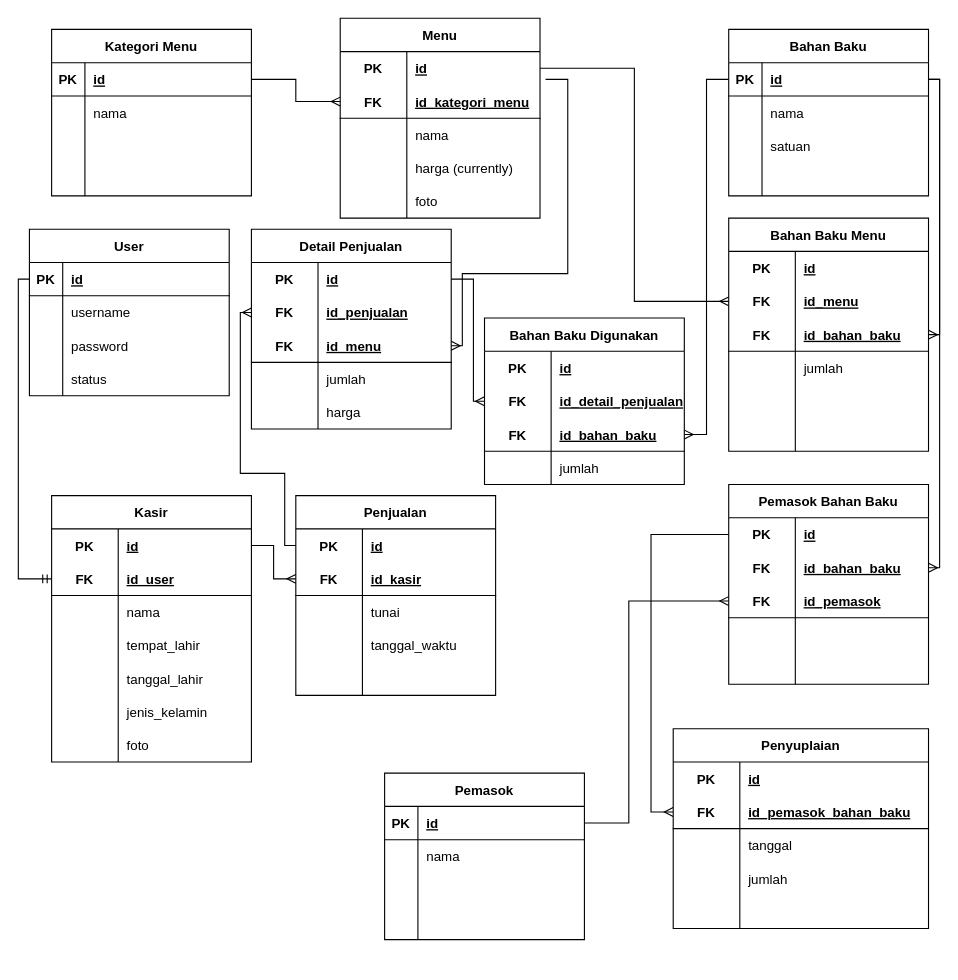
yafizh/Majelis-Kopi-PKL keeps this draw.io diagram as database/Database Schema.drawio. Above is the earlier version. Source tidied: cells renumbered, new cells numbered last; positions are measured from the earlier drawing's top-left corner, leaving out a move shared by most shapes. Both pictures are drawn from the tidied source at 111%, with x=0, y=0 at pixel (18, 18).
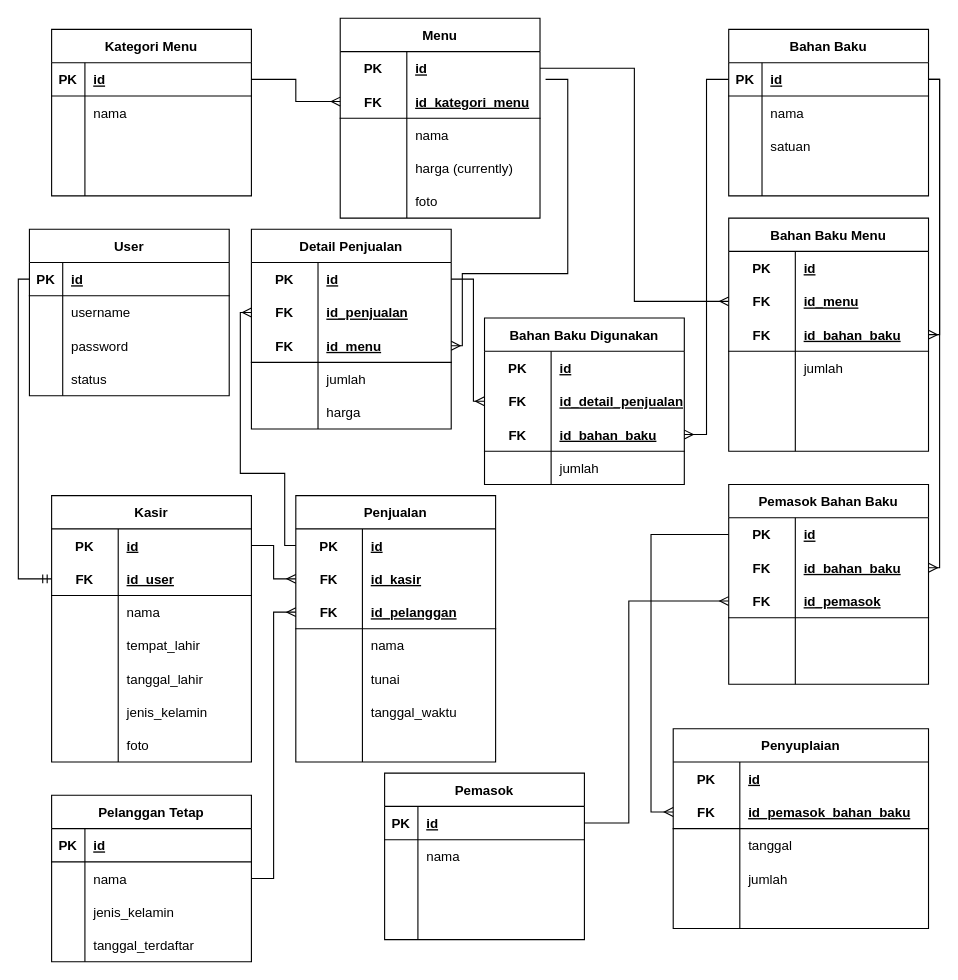
The same diagram, later.

Commit message (it also covers changes not shown here):
feature crud pelanggan tetap

The change refers to these unchanged cells:
```xml
<mxCell id="45" style="shape=tableRow;horizontal=0;startSize=0;swimlaneHead=0;swimlaneBody=0;fillColor=none;points=[[0,0.5],[1,0.5]];portConstraint=eastwest;top=0;left=0;right=0;bottom=0;" parent="44" vertex="1">
  <mxGeometry y="30" width="180" height="30" as="geometry" />
</mxCell>
```

Diff of the diagram source:
```diff
@@
     <mxCell id="66" value="Penjualan" style="shape=table;startSize=30;childLayout=tableLayout;rowLines=0;fontStyle=1;align=center;" parent="1" vertex="1">
-      <mxGeometry x="250" y="430" width="180" height="180" as="geometry" />
+      <mxGeometry x="250" y="430" width="180" height="240" as="geometry" />
     </mxCell>
@@
+    <mxCell id="200" style="shape=tableRow;horizontal=0;startSize=0;swimlaneHead=0;swimlaneBody=0;fillColor=none;points=[[0,0.5],[1,0.5]];portConstraint=eastwest;top=0;left=0;right=0;bottom=0;" parent="66" vertex="1">
+      <mxGeometry y="60" width="180" height="30" as="geometry" />
+    </mxCell>
+    <mxCell id="201" value="FK" style="shape=partialRectangle;fillColor=none;top=0;left=0;bottom=0;right=0;fontStyle=1;overflow=hidden;" parent="200" vertex="1">
+      <mxGeometry width="60" height="30" as="geometry" />
+    </mxCell>
+    <mxCell id="202" value="id_kasir" style="shape=partialRectangle;fillColor=none;top=0;left=0;bottom=0;right=0;align=left;spacingLeft=6;fontStyle=5;overflow=hidden;" parent="200" vertex="1">
+      <mxGeometry x="60" width="120" height="30" as="geometry" />
+    </mxCell>
     <mxCell id="70" style="shape=tableRow;horizontal=0;startSize=0;swimlaneHead=0;swimlaneBody=0;fillColor=none;points=[[0,0.5],[1,0.5]];portConstraint=eastwest;top=0;left=0;right=0;bottom=1;" parent="66" vertex="1">
-      <mxGeometry y="60" width="180" height="30" as="geometry" />
+      <mxGeometry y="90" width="180" height="30" as="geometry" />
     </mxCell>
@@
-    <mxCell id="72" value="id_kasir" style="shape=partialRectangle;fillColor=none;top=0;left=0;bottom=0;right=0;align=left;spacingLeft=6;fontStyle=5;overflow=hidden;" parent="70" vertex="1">
+    <mxCell id="72" value="id_pelanggan" style="shape=partialRectangle;fillColor=none;top=0;left=0;bottom=0;right=0;align=left;spacingLeft=6;fontStyle=5;overflow=hidden;" parent="70" vertex="1">
       <mxGeometry x="60" width="120" height="30" as="geometry" />
     </mxCell>
     <mxCell id="73" style="shape=tableRow;horizontal=0;startSize=0;swimlaneHead=0;swimlaneBody=0;fillColor=none;top=0;left=0;right=0;bottom=0;" parent="66" vertex="1">
-      <mxGeometry y="90" width="180" height="30" as="geometry" />
+      <mxGeometry y="120" width="180" height="30" as="geometry" />
     </mxCell>
@@
-    <mxCell id="75" value="tunai" style="shape=partialRectangle;fillColor=none;top=0;left=0;bottom=0;right=0;align=left;spacingLeft=6;overflow=hidden;" parent="73" vertex="1">
+    <mxCell id="75" value="nama" style="shape=partialRectangle;fillColor=none;top=0;left=0;bottom=0;right=0;align=left;spacingLeft=6;overflow=hidden;" parent="73" vertex="1">
       <mxGeometry x="60" width="120" height="30" as="geometry" />
     </mxCell>
+    <mxCell id="203" style="shape=tableRow;horizontal=0;startSize=0;swimlaneHead=0;swimlaneBody=0;fillColor=none;top=0;left=0;right=0;bottom=0;" parent="66" vertex="1">
+      <mxGeometry y="150" width="180" height="30" as="geometry" />
+    </mxCell>
+    <mxCell id="204" style="shape=partialRectangle;fillColor=none;top=0;left=0;bottom=0;right=0;overflow=hidden;" parent="203" vertex="1">
+      <mxGeometry width="60" height="30" as="geometry" />
+    </mxCell>
+    <mxCell id="205" value="tunai" style="shape=partialRectangle;fillColor=none;top=0;left=0;bottom=0;right=0;align=left;spacingLeft=6;overflow=hidden;" parent="203" vertex="1">
+      <mxGeometry x="60" width="120" height="30" as="geometry" />
+    </mxCell>
     <mxCell id="76" style="shape=tableRow;horizontal=0;startSize=0;swimlaneHead=0;swimlaneBody=0;fillColor=none;top=0;left=0;right=0;bottom=0;" parent="66" vertex="1">
-      <mxGeometry y="120" width="180" height="30" as="geometry" />
+      <mxGeometry y="180" width="180" height="30" as="geometry" />
     </mxCell>
@@
     <mxCell id="79" style="shape=tableRow;horizontal=0;startSize=0;swimlaneHead=0;swimlaneBody=0;fillColor=none;top=0;left=0;right=0;bottom=0;" parent="66" vertex="1">
-      <mxGeometry y="150" width="180" height="30" as="geometry" />
+      <mxGeometry y="210" width="180" height="30" as="geometry" />
     </mxCell>
@@
-    <mxCell id="164" style="edgeStyle=orthogonalEdgeStyle;rounded=0;jettySize=auto;html=1;entryX=0;entryY=0.5;entryDx=0;entryDy=0;endArrow=ERmany;endFill=0;" parent="1" edge="1" source="45" target="70">
+    <mxCell id="164" style="edgeStyle=orthogonalEdgeStyle;rounded=0;jettySize=auto;html=1;entryX=0;entryY=0.5;entryDx=0;entryDy=0;endArrow=ERmany;endFill=0;" parent="1" edge="1" source="45" target="200">
       <mxGeometry relative="1" as="geometry" />
     </mxCell>
@@
+    <mxCell id="206" value="Pelanggan Tetap" style="shape=table;startSize=30;childLayout=tableLayout;rowLines=0;fontStyle=1;align=center;" parent="1" vertex="1">
+      <mxGeometry x="30" y="700" width="180" height="150" as="geometry" />
+    </mxCell>
+    <mxCell id="207" style="shape=tableRow;horizontal=0;startSize=0;swimlaneHead=0;swimlaneBody=0;fillColor=none;top=0;left=0;right=0;bottom=1;" parent="206" vertex="1">
+      <mxGeometry y="30" width="180" height="30" as="geometry" />
+    </mxCell>
+    <mxCell id="208" value="PK" style="shape=partialRectangle;fillColor=none;top=0;left=0;bottom=0;right=0;fontStyle=1;overflow=hidden;" parent="207" vertex="1">
+      <mxGeometry width="30" height="30" as="geometry" />
+    </mxCell>
+    <mxCell id="209" value="id" style="shape=partialRectangle;fillColor=none;top=0;left=0;bottom=0;right=0;align=left;spacingLeft=6;fontStyle=5;overflow=hidden;" parent="207" vertex="1">
+      <mxGeometry x="30" width="150" height="30" as="geometry" />
+    </mxCell>
+    <mxCell id="210" style="shape=tableRow;horizontal=0;startSize=0;swimlaneHead=0;swimlaneBody=0;fillColor=none;points=[[0,0.5],[1,0.5]];portConstraint=eastwest;top=0;left=0;right=0;bottom=0;" parent="206" vertex="1">
+      <mxGeometry y="60" width="180" height="30" as="geometry" />
+    </mxCell>
+    <mxCell id="211" style="shape=partialRectangle;fillColor=none;top=0;left=0;bottom=0;right=0;overflow=hidden;" parent="210" vertex="1">
+      <mxGeometry width="30" height="30" as="geometry" />
+    </mxCell>
+    <mxCell id="212" value="nama" style="shape=partialRectangle;fillColor=none;top=0;left=0;bottom=0;right=0;align=left;spacingLeft=6;overflow=hidden;" parent="210" vertex="1">
+      <mxGeometry x="30" width="150" height="30" as="geometry" />
+    </mxCell>
+    <mxCell id="213" style="shape=tableRow;horizontal=0;startSize=0;swimlaneHead=0;swimlaneBody=0;fillColor=none;top=0;left=0;right=0;bottom=0;" parent="206" vertex="1">
+      <mxGeometry y="90" width="180" height="30" as="geometry" />
+    </mxCell>
+    <mxCell id="214" style="shape=partialRectangle;fillColor=none;top=0;left=0;bottom=0;right=0;overflow=hidden;" parent="213" vertex="1">
+      <mxGeometry width="30" height="30" as="geometry" />
+    </mxCell>
+    <mxCell id="215" value="jenis_kelamin" style="shape=partialRectangle;fillColor=none;top=0;left=0;bottom=0;right=0;align=left;spacingLeft=6;overflow=hidden;" parent="213" vertex="1">
+      <mxGeometry x="30" width="150" height="30" as="geometry" />
+    </mxCell>
+    <mxCell id="216" style="shape=tableRow;horizontal=0;startSize=0;swimlaneHead=0;swimlaneBody=0;fillColor=none;top=0;left=0;right=0;bottom=0;" parent="206" vertex="1">
+      <mxGeometry y="120" width="180" height="30" as="geometry" />
+    </mxCell>
+    <mxCell id="217" style="shape=partialRectangle;fillColor=none;top=0;left=0;bottom=0;right=0;overflow=hidden;" parent="216" vertex="1">
+      <mxGeometry width="30" height="30" as="geometry" />
+    </mxCell>
+    <mxCell id="218" value="tanggal_terdaftar" style="shape=partialRectangle;fillColor=none;top=0;left=0;bottom=0;right=0;align=left;spacingLeft=6;overflow=hidden;" parent="216" vertex="1">
+      <mxGeometry x="30" width="150" height="30" as="geometry" />
+    </mxCell>
+    <mxCell id="219" style="edgeStyle=orthogonalEdgeStyle;rounded=0;jettySize=auto;html=1;entryX=0;entryY=0.5;entryDx=0;entryDy=0;endArrow=ERmany;endFill=0;" parent="1" edge="1" source="210" target="70">
+      <mxGeometry relative="1" as="geometry" />
+    </mxCell>
```
